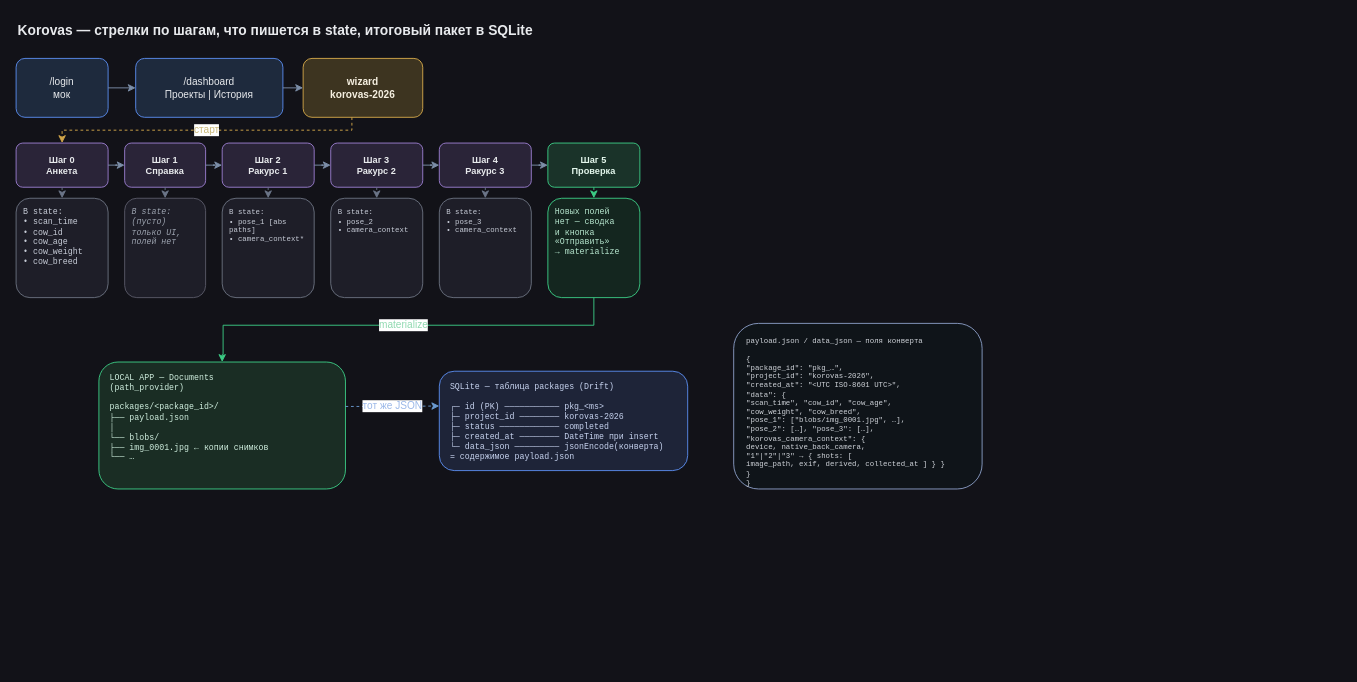
The draw.io diagram specs/korovas/v0_shema.drawio in epoch8/data-collector, before the edit. Source tidied: cells renumbered, new cells numbered last; positions are measured from the earlier drawing's top-left corner, leaving out a move shared by most shapes. Both pictures are drawn from the tidied source at 92%, with x=0, y=0 at pixel (16, 16).
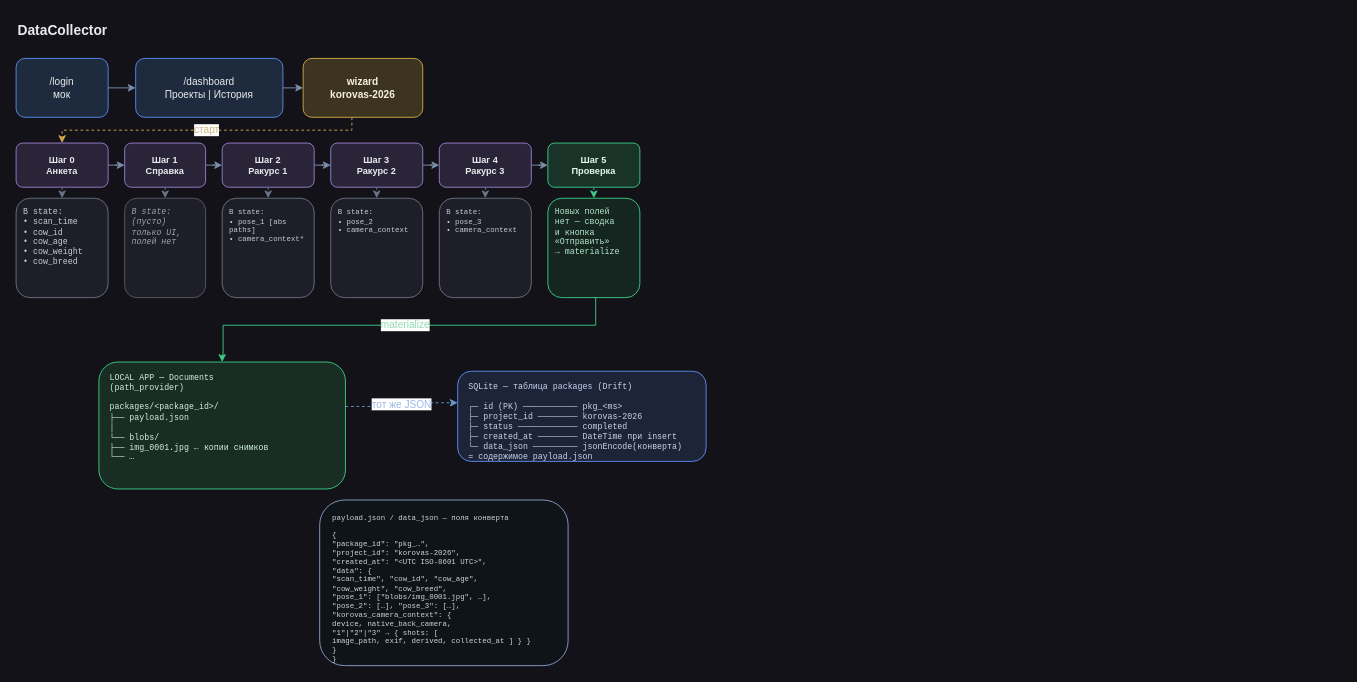
After the change.

Unchanged cells that the change refers to:
```xml
<mxCell id="25" value="Новых полей&#10;нет — сводка&#10;и кнопка&#10;«Отправить»&#10;→ materialize" style="rounded=1;whiteSpace=wrap;html=1;align=left;verticalAlign=top;spacingLeft=6;spacingTop=4;fillColor=#14261f;strokeColor=#3DCC85;fontSize=9;fontColor=#B8E8D0;fontFamily=Courier New;" parent="1" vertex="1">
  <mxGeometry x="578" y="198" width="100" height="108" as="geometry" />
</mxCell>
<mxCell id="32" value="LOCAL APP — Documents&lt;br&gt;(path_provider)&lt;br&gt;&lt;br&gt;packages/&amp;lt;package_id&amp;gt;/&lt;br&gt;├── payload.json&lt;br&gt;│&amp;nbsp;&lt;br&gt;└── blobs/&lt;br&gt;      ├── img_0001.jpg  ← копии снимков&lt;br&gt;      └── …&lt;br&gt;&lt;br&gt;" style="rounded=1;whiteSpace=wrap;html=1;align=left;verticalAlign=top;spacingLeft=10;spacingTop=6;fillColor=#1a2d24;strokeColor=#3DCC85;fontSize=9;fontColor=#D1F0E0;fontFamily=Courier New;" parent="1" vertex="1">
  <mxGeometry x="90" y="376" width="268" height="138" as="geometry" />
</mxCell>
```

Diff of the diagram source:
```diff
@@
-    <mxCell id="2" value="Korovas — стрелки по шагам, что пишется в state, итоговый пакет в SQLite" style="text;html=1;strokeColor=none;fillColor=none;align=left;fontSize=15;fontStyle=1;fontColor=#E8EAED;" parent="1" vertex="1">
+    <mxCell id="2" value="DataCollector&lt;br&gt;" style="text;html=1;strokeColor=none;fillColor=none;align=left;fontSize=15;fontStyle=1;fontColor=#E8EAED;" parent="1" vertex="1">
       <mxGeometry width="1440" height="26" as="geometry" />
     </mxCell>
@@
     <mxCell id="33" value="SQLite — таблица packages (Drift)&lt;br&gt;&lt;br&gt;┌─ id (PK) ─────────── pkg_&amp;lt;ms&amp;gt;&lt;br&gt;├─ project_id ──────── korovas-2026&lt;br&gt;├─ status ──────────── completed&lt;br&gt;├─ created_at ──────── DateTime при insert&lt;br&gt;└─ data_json ─────────&amp;nbsp;jsonEncode(конверта)&lt;br&gt;       = содержимое payload.json" style="rounded=1;whiteSpace=wrap;html=1;align=left;verticalAlign=top;spacingLeft=10;spacingTop=6;fillColor=#1e2438;strokeColor=#5B8DEF;fontSize=9;fontColor=#C8D4F0;fontFamily=Courier New;" parent="1" vertex="1">
-      <mxGeometry x="460" y="386" width="270" height="108" as="geometry" />
+      <mxGeometry x="480" y="386" width="270" height="98" as="geometry" />
     </mxCell>
     <mxCell id="34" value="payload.json / data_json — поля конверта&lt;br&gt;&lt;br&gt;{&lt;br&gt;  &quot;package_id&quot;: &quot;pkg_…&quot;,&lt;br&gt;  &quot;project_id&quot;: &quot;korovas-2026&quot;,&lt;br&gt;  &quot;created_at&quot;: &quot;&amp;lt;UTC ISO-8601 UTC&amp;gt;&quot;,&lt;br&gt;  &quot;data&quot;: {&lt;br&gt;    &quot;scan_time&quot;, &quot;cow_id&quot;, &quot;cow_age&quot;,&lt;br&gt;    &quot;cow_weight&quot;, &quot;cow_breed&quot;,&lt;br&gt;    &quot;pose_1&quot;: [&quot;blobs/img_0001.jpg&quot;, …],&lt;br&gt;    &quot;pose_2&quot;: […], &quot;pose_3&quot;: […],&lt;br&gt;    &quot;korovas_camera_context&quot;: {&lt;br&gt;      device, native_back_camera,&lt;br&gt;      &quot;1&quot;|&quot;2&quot;|&quot;3&quot; → { shots: [&lt;br&gt;        image_path, exif, derived, collected_at ] } }&lt;br&gt;  }&lt;br&gt;}&lt;br&gt;" style="rounded=1;whiteSpace=wrap;html=1;align=left;verticalAlign=top;spacingLeft=12;spacingTop=8;fillColor=#0f1419;strokeColor=#8B9DC6;fontSize=8;fontColor=#D1D5DB;fontFamily=Courier New;" parent="1" vertex="1">
-      <mxGeometry x="780" y="334" width="270" height="180" as="geometry" />
+      <mxGeometry x="330" y="526" width="270" height="180" as="geometry" />
     </mxCell>
     <mxCell id="35" value="materialize" style="edgeStyle=orthogonalEdgeStyle;rounded=0;html=1;strokeColor=#3DCC85;fontColor=#8FD9B0;endArrow=classic;exitX=0.5;exitY=1;entryX=0.5;entryY=0;" parent="1" edge="1" source="25" target="32">
       <mxGeometry relative="1" as="geometry">
         <Array as="points">
-          <mxPoint x="628" y="336" />
+          <mxPoint x="630" y="306" />
+          <mxPoint x="630" y="336" />
           <mxPoint x="225" y="336" />
           <mxPoint x="225" y="368" />
+          <mxPoint x="224" y="368" />
         </Array>
       </mxGeometry>
     </mxCell>
```
